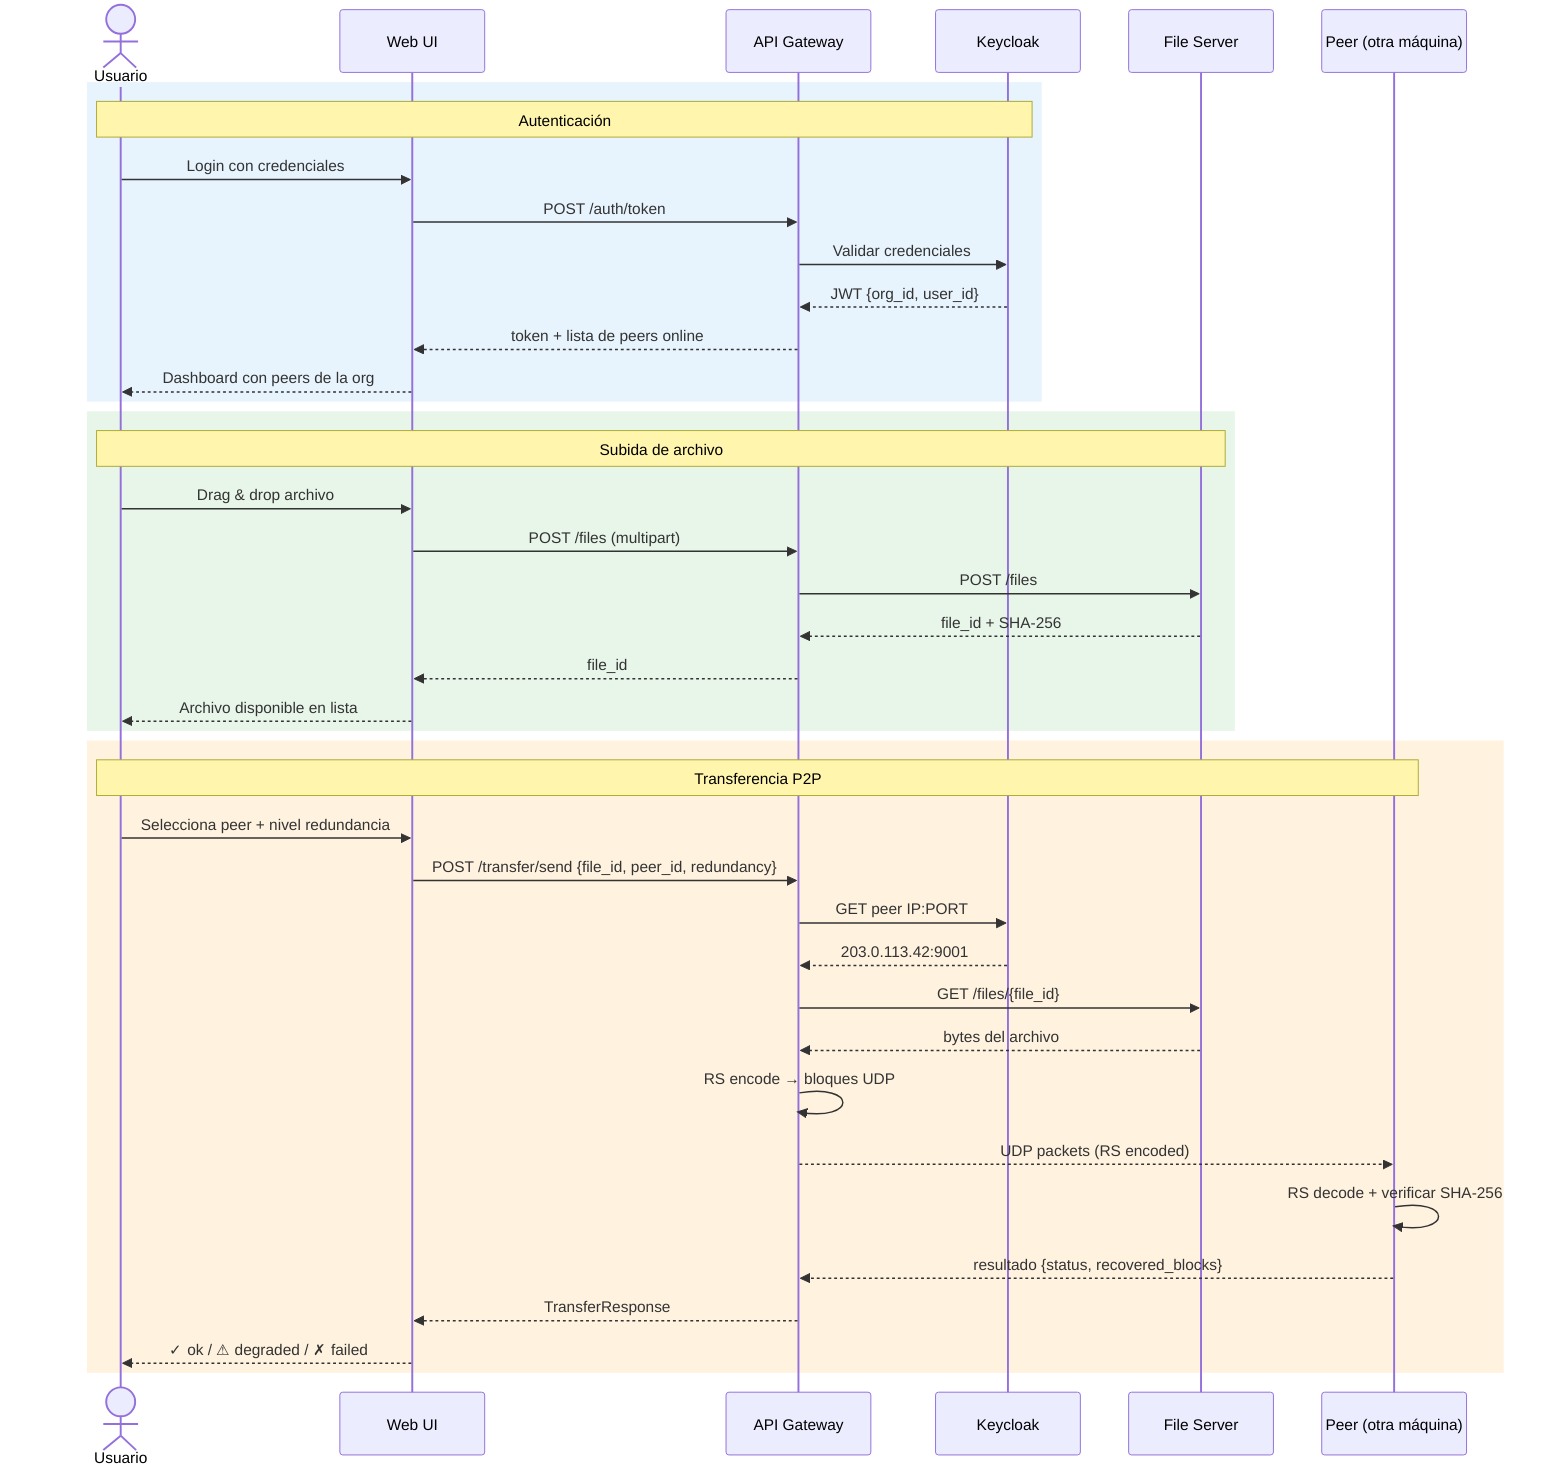
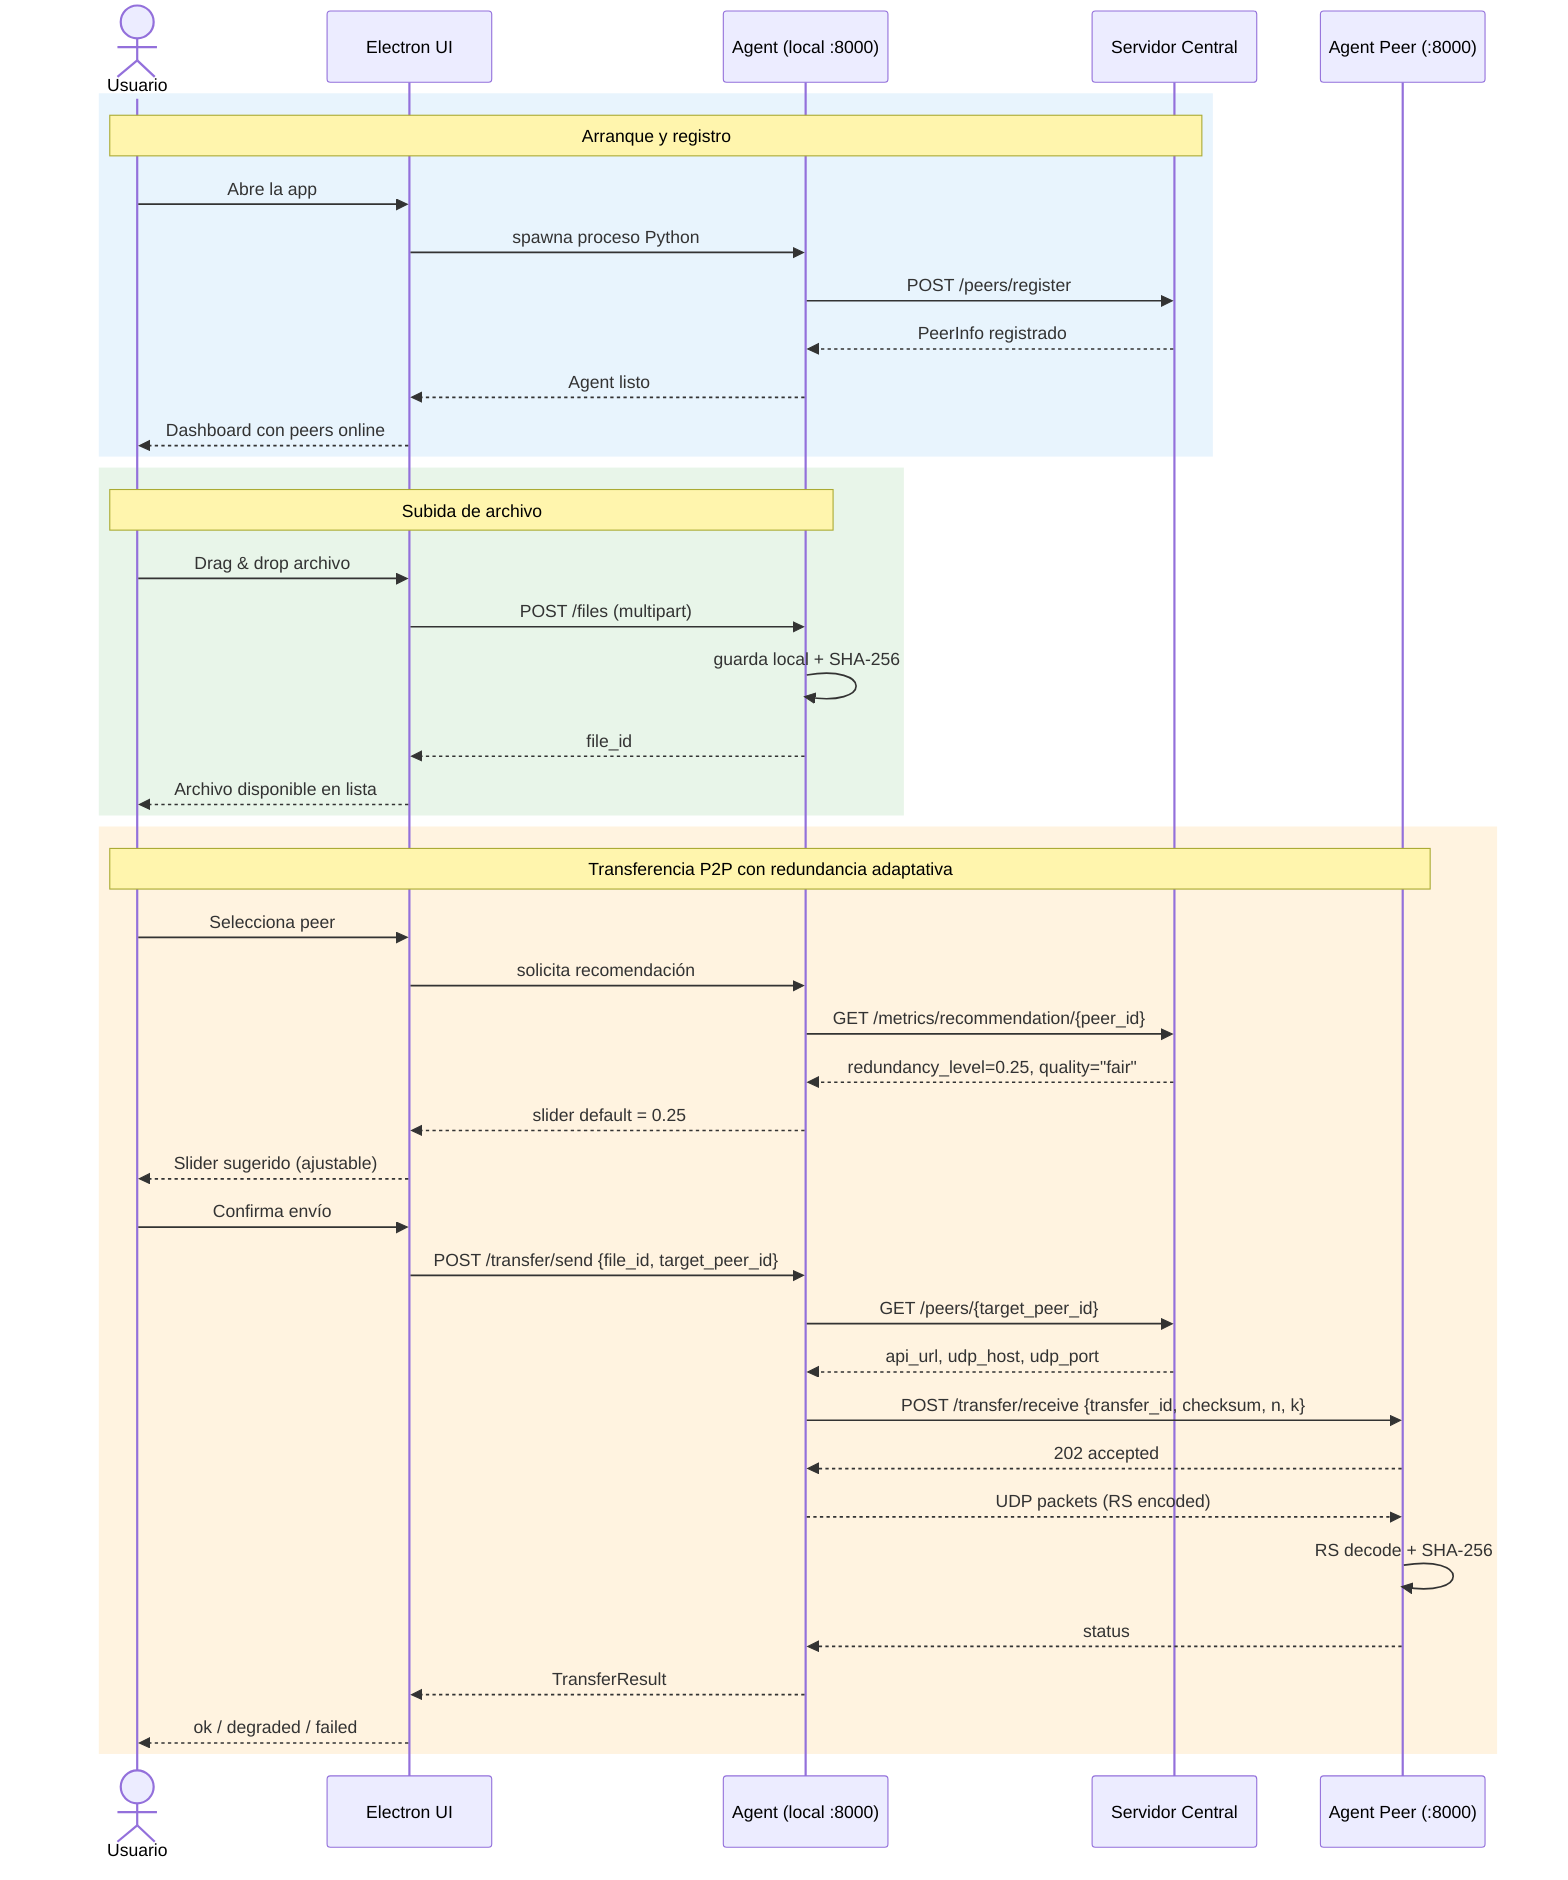
sequenceDiagram
    actor U as Usuario
-     participant W as Web UI
-     participant A as API Gateway
-     participant K as Keycloak
-     participant F as File Server
-     participant P as Peer (otra máquina)
+     participant E as Electron UI
+     participant A as Agent (local :8000)
+     participant S as Servidor Central
+     participant P as Agent Peer (:8000)

    rect rgb(232, 244, 253)
-         Note over U,K: Autenticación
-         U->>W: Login con credenciales
-         W->>A: POST /auth/token
-         A->>K: Validar credenciales
-         K-->>A: JWT {org_id, user_id}
-         A-->>W: token + lista de peers online
-         W-->>U: Dashboard con peers de la org
+         Note over U,S: Arranque y registro
+         U->>E: Abre la app
+         E->>A: spawna proceso Python
+         A->>S: POST /peers/register
+         S-->>A: PeerInfo registrado
+         A-->>E: Agent listo
+         E-->>U: Dashboard con peers online
    end

    rect rgb(232, 245, 233)
-         Note over U,F: Subida de archivo
-         U->>W: Drag & drop archivo
-         W->>A: POST /files (multipart)
-         A->>F: POST /files
-         F-->>A: file_id + SHA-256
-         A-->>W: file_id
-         W-->>U: Archivo disponible en lista
+         Note over U,A: Subida de archivo
+         U->>E: Drag & drop archivo
+         E->>A: POST /files (multipart)
+         A->>A: guarda local + SHA-256
+         A-->>E: file_id
+         E-->>U: Archivo disponible en lista
    end

    rect rgb(255, 243, 224)
-         Note over U,P: Transferencia P2P
-         U->>W: Selecciona peer + nivel redundancia
-         W->>A: POST /transfer/send {file_id, peer_id, redundancy}
-         A->>K: GET peer IP:PORT
-         K-->>A: 203.0.113.42:9001
-         A->>F: GET /files/{file_id}
-         F-->>A: bytes del archivo
-         A->>A: RS encode → bloques UDP
+         Note over U,P: Transferencia P2P con redundancia adaptativa
+         U->>E: Selecciona peer
+         E->>A: solicita recomendación
+         A->>S: GET /metrics/recommendation/{peer_id}
+         S-->>A: redundancy_level=0.25, quality="fair"
+         A-->>E: slider default = 0.25
+         E-->>U: Slider sugerido (ajustable)
+         U->>E: Confirma envío
+         E->>A: POST /transfer/send {file_id, target_peer_id}
+         A->>S: GET /peers/{target_peer_id}
+         S-->>A: api_url, udp_host, udp_port
+         A->>P: POST /transfer/receive {transfer_id, checksum, n, k}
+         P-->>A: 202 accepted
        A-->>P: UDP packets (RS encoded)
-         P->>P: RS decode + verificar SHA-256
-         P-->>A: resultado {status, recovered_blocks}
-         A-->>W: TransferResponse
-         W-->>U: ✓ ok / ⚠ degraded / ✗ failed
+         P->>P: RS decode + SHA-256
+         P-->>A: status
+         A-->>E: TransferResult
+         E-->>U: ok / degraded / failed
    end
